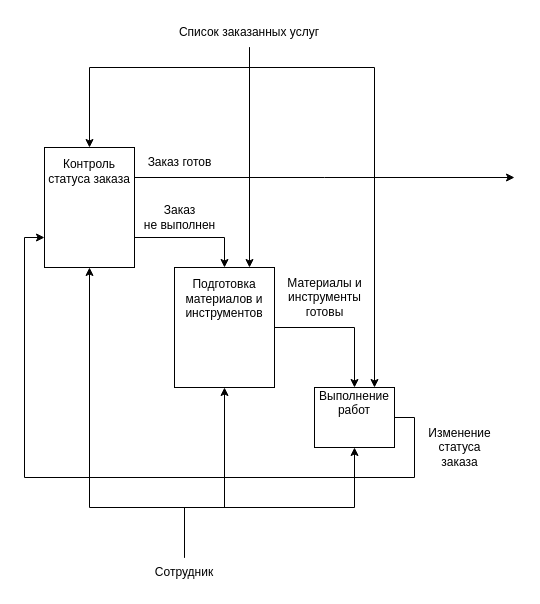
Before: A2.drawio in Mejioy/PPO, a draw.io diagram. Source tidied: cells renumbered, new cells numbered last; positions are measured from the earlier drawing's top-left corner, leaving out a move shared by most shapes. Both pictures are drawn from the tidied source at 100%, with x=0, y=0 at pixel (24, 17).
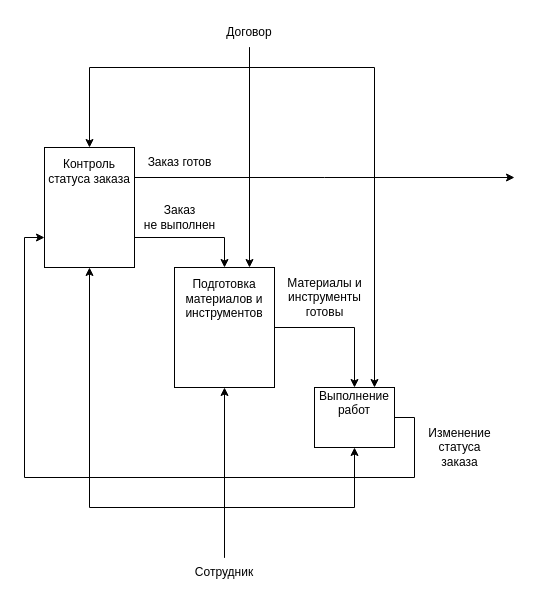
The same page after the edit.

Unchanged cells that the change refers to:
```xml
<mxCell id="4" value="&lt;div style=&quot;&quot;&gt;&lt;span style=&quot;background-color: initial;&quot;&gt;Контроль статуса заказа&lt;/span&gt;&lt;/div&gt;&lt;br&gt;&lt;br&gt;&lt;br&gt;&lt;br&gt;&lt;br&gt;" style="rounded=0;whiteSpace=wrap;html=1;align=center;" parent="1" vertex="1">
  <mxGeometry x="20" y="130" width="90" height="120" as="geometry" />
</mxCell>
<mxCell id="6" value="Подготовка материалов и инструментов&lt;br&gt;&lt;br&gt;&lt;br&gt;&lt;br&gt;&lt;br&gt;" style="rounded=0;whiteSpace=wrap;html=1;" parent="1" vertex="1">
  <mxGeometry x="150" y="250" width="100" height="120" as="geometry" />
</mxCell>
<mxCell id="8" value="Выполнение работ&lt;br&gt;&lt;br&gt;&lt;br&gt;" style="rounded=0;whiteSpace=wrap;html=1;" parent="1" vertex="1">
  <mxGeometry x="290" y="370" width="80" height="60" as="geometry" />
</mxCell>
```

Change to the diagram source:
```diff
@@
-    <mxCell id="14" value="Список заказанных услуг" style="text;html=1;strokeColor=none;fillColor=none;align=center;verticalAlign=middle;whiteSpace=wrap;rounded=0;" parent="1" vertex="1">
+    <mxCell id="14" value="Договор" style="text;html=1;strokeColor=none;fillColor=none;align=center;verticalAlign=middle;whiteSpace=wrap;rounded=0;" parent="1" vertex="1">
       <mxGeometry x="40" width="370" height="30" as="geometry" />
     </mxCell>
@@
     <mxCell id="16" style="edgeStyle=orthogonalEdgeStyle;rounded=0;jettySize=auto;html=1;exitX=0.5;exitY=0;exitDx=0;exitDy=0;entryX=0.5;entryY=1;entryDx=0;entryDy=0;" parent="1" edge="1" source="19" target="4">
       <mxGeometry relative="1" as="geometry">
         <Array as="points">
-          <mxPoint x="160" y="490" />
+          <mxPoint x="200" y="490" />
           <mxPoint x="65" y="490" />
         </Array>
       </mxGeometry>
     </mxCell>
     <mxCell id="17" style="edgeStyle=orthogonalEdgeStyle;rounded=0;jettySize=auto;html=1;exitX=0.5;exitY=0;exitDx=0;exitDy=0;entryX=0.5;entryY=1;entryDx=0;entryDy=0;" parent="1" edge="1" source="19" target="6">
       <mxGeometry relative="1" as="geometry">
         <Array as="points">
-          <mxPoint x="160" y="490" />
-          <mxPoint x="200" y="490" />
+          <mxPoint x="200" y="510" />
+          <mxPoint x="200" y="510" />
         </Array>
       </mxGeometry>
     </mxCell>
     <mxCell id="18" style="edgeStyle=orthogonalEdgeStyle;rounded=0;jettySize=auto;html=1;exitX=0.5;exitY=0;exitDx=0;exitDy=0;entryX=0.5;entryY=1;entryDx=0;entryDy=0;" parent="1" edge="1" source="19" target="8">
       <mxGeometry relative="1" as="geometry">
         <Array as="points">
-          <mxPoint x="160" y="490" />
+          <mxPoint x="200" y="540" />
+          <mxPoint x="200" y="490" />
           <mxPoint x="330" y="490" />
         </Array>
       </mxGeometry>
     </mxCell>
     <mxCell id="19" value="Сотрудник" style="text;html=1;strokeColor=none;fillColor=none;align=center;verticalAlign=middle;whiteSpace=wrap;rounded=0;" parent="1" vertex="1">
-      <mxGeometry x="130" y="540" width="60" height="30" as="geometry" />
+      <mxGeometry x="170" y="540" width="60" height="30" as="geometry" />
     </mxCell>
```
